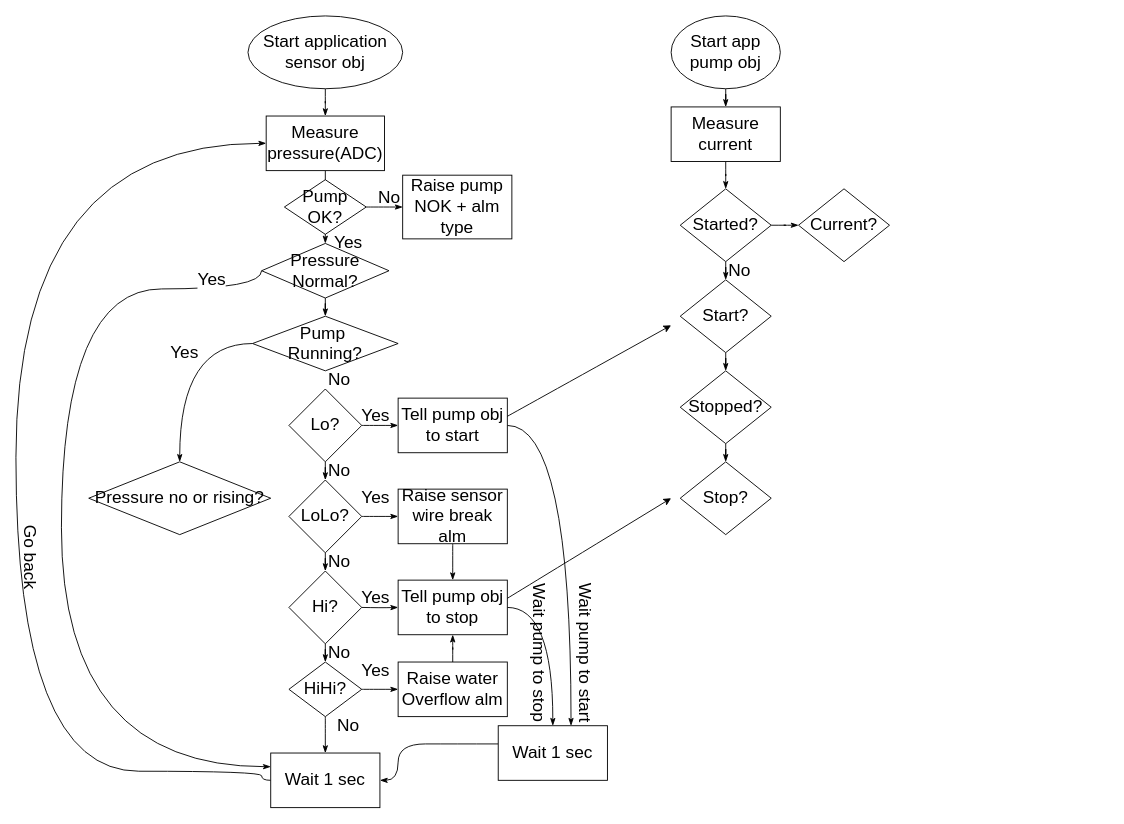
Before: page "Algo" (2 of 2) of PumpDriver.drawio in megavad/Diagrams, a draw.io diagram. Source tidied: cells renumbered, new cells numbered last; positions are measured from the earlier drawing's top-left corner, leaving out a move shared by most shapes. Both pictures are drawn from the tidied source at 91%, with x=0, y=0 at pixel (-12, 15).
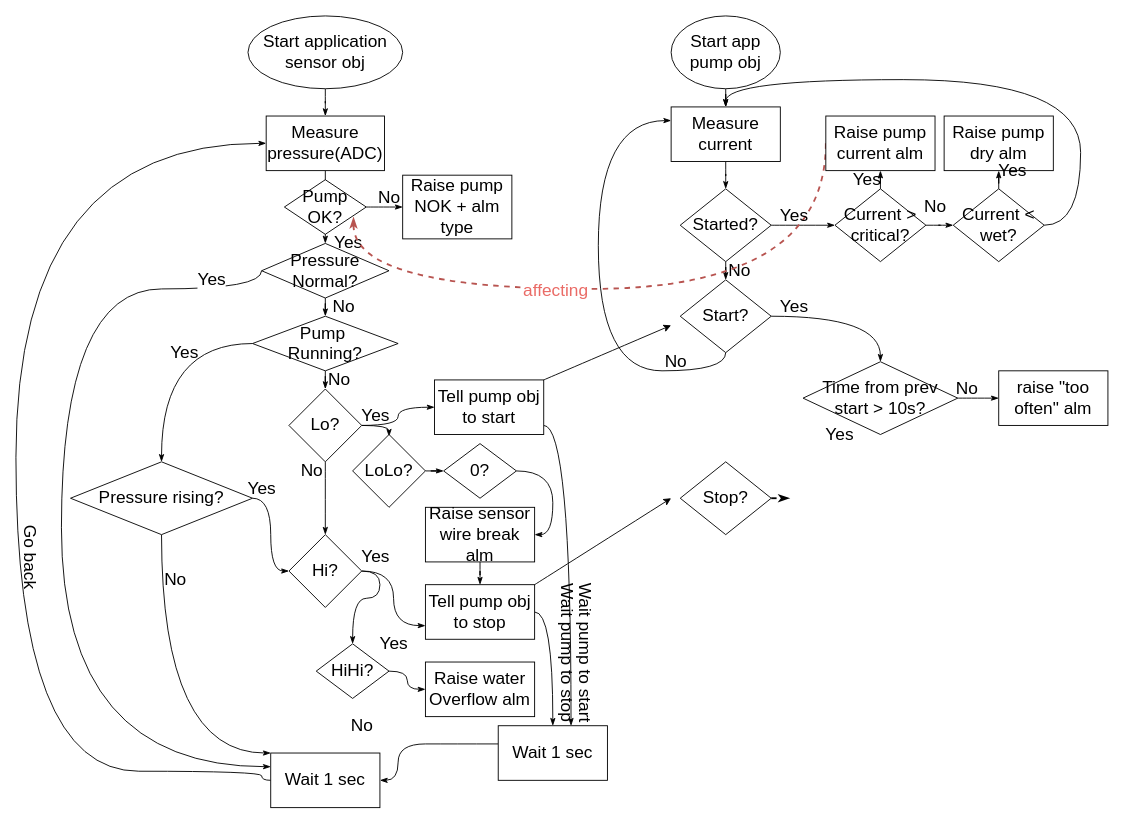
The same page after the edit.

Unchanged cells that the change refers to:
```xml
<mxCell id="8" value="Lo?" style="rhombus;whiteSpace=wrap;html=1;fontSize=19;strokeWidth=1;" parent="1" vertex="1">
  <mxGeometry x="330" y="410" width="80" height="80" as="geometry" />
</mxCell>
<mxCell id="22" value="Wait 1 sec" style="rounded=0;whiteSpace=wrap;html=1;fontSize=19;strokeWidth=1;" parent="1" vertex="1">
  <mxGeometry x="310" y="810" width="120" height="60" as="geometry" />
</mxCell>
<mxCell id="30" value="Yes" style="text;html=1;align=center;verticalAlign=middle;points=[];strokeColor=none;fillColor=none;fontSize=19;" parent="1" vertex="1">
  <mxGeometry x="400" y="420" width="50" height="40" as="geometry" />
</mxCell>
<mxCell id="40" value="Measure current" style="whiteSpace=wrap;html=1;fontSize=19;strokeWidth=1;" parent="1" vertex="1">
  <mxGeometry x="750" y="100" width="120" height="60" as="geometry" />
</mxCell>
<mxCell id="55" value="Start?" style="rhombus;whiteSpace=wrap;html=1;fontSize=19;strokeWidth=1;" parent="1" vertex="1">
  <mxGeometry x="760" y="290" width="100" height="80" as="geometry" />
</mxCell>
<mxCell id="58" value="Stop?" style="rhombus;whiteSpace=wrap;html=1;fontSize=19;strokeWidth=1;" parent="1" vertex="1">
  <mxGeometry x="760" y="490" width="100" height="80" as="geometry" />
</mxCell>
<mxCell id="62" value="Pump OK?" style="rhombus;whiteSpace=wrap;html=1;fontSize=19;strokeWidth=1;" parent="1" vertex="1">
  <mxGeometry x="325" y="180" width="90" height="60" as="geometry" />
</mxCell>
<mxCell id="69" value="Pump&amp;nbsp;&lt;br&gt;Running?" style="rhombus;whiteSpace=wrap;html=1;fontSize=19;strokeWidth=1;" parent="1" vertex="1">
  <mxGeometry x="290" y="330" width="160" height="60" as="geometry" />
</mxCell>
```

What changed in the source:
```diff
@@
-    <mxCell id="6" style="edgeStyle=orthogonalEdgeStyle;curved=1;jettySize=auto;html=1;fontSize=19;endArrow=classicThin;endFill=1;strokeColor=default;strokeWidth=1;" parent="1" edge="1" source="8" target="11">
-      <mxGeometry relative="1" as="geometry" />
-    </mxCell>
-    <mxCell id="7" style="edgeStyle=orthogonalEdgeStyle;curved=1;jettySize=auto;html=1;fontSize=19;endArrow=classicThin;endFill=1;strokeColor=default;strokeWidth=1;" parent="1" edge="1" source="8" target="24">
+    <mxCell id="7" style="edgeStyle=orthogonalEdgeStyle;curved=1;jettySize=auto;html=1;fontSize=19;endArrow=classicThin;endFill=1;strokeColor=default;strokeWidth=1;entryX=0.8;entryY=1.056;entryDx=0;entryDy=0;entryPerimeter=0;exitX=1;exitY=0.5;exitDx=0;exitDy=0;" parent="1" edge="1" source="8" target="30">
       <mxGeometry relative="1" as="geometry" />
     </mxCell>
+    <mxCell id="70" style="edgeStyle=orthogonalEdgeStyle;curved=1;jettySize=auto;html=1;exitX=0.5;exitY=1;exitDx=0;exitDy=0;fontSize=19;endArrow=classicThin;endFill=1;strokeColor=default;strokeWidth=1;" parent="1" edge="1" source="8" target="13">
+      <mxGeometry relative="1" as="geometry" />
+    </mxCell>
+    <mxCell id="71" style="edgeStyle=orthogonalEdgeStyle;curved=1;jettySize=auto;html=1;entryX=0;entryY=0.5;entryDx=0;entryDy=0;fontSize=19;endArrow=classicThin;endFill=1;strokeColor=default;strokeWidth=1;" parent="1" edge="1" source="8" target="24">
+      <mxGeometry relative="1" as="geometry" />
+    </mxCell>
@@
-    <mxCell id="9" style="edgeStyle=orthogonalEdgeStyle;curved=1;jettySize=auto;html=1;fontSize=19;endArrow=classicThin;endFill=1;strokeColor=default;strokeWidth=1;" parent="1" edge="1" source="11" target="13">
-      <mxGeometry relative="1" as="geometry" />
-    </mxCell>
-    <mxCell id="10" style="edgeStyle=orthogonalEdgeStyle;curved=1;jettySize=auto;html=1;fontSize=19;endArrow=classicThin;endFill=1;strokeColor=default;strokeWidth=1;" parent="1" edge="1" source="11" target="45">
-      <mxGeometry relative="1" as="geometry" />
-    </mxCell>
+    <mxCell id="72" style="edgeStyle=orthogonalEdgeStyle;curved=1;jettySize=auto;html=1;fontSize=19;endArrow=classicThin;endFill=1;strokeColor=default;strokeWidth=1;" parent="1" edge="1" source="11" target="85">
+      <mxGeometry relative="1" as="geometry" />
+    </mxCell>
     <mxCell id="11" value="LoLo?" style="rhombus;whiteSpace=wrap;html=1;fontSize=19;strokeWidth=1;" parent="1" vertex="1">
-      <mxGeometry x="330" y="510" width="80" height="80" as="geometry" />
+      <mxGeometry x="400" y="460" width="80" height="80" as="geometry" />
     </mxCell>
+    <mxCell id="73" style="edgeStyle=orthogonalEdgeStyle;curved=1;jettySize=auto;html=1;entryX=0;entryY=0.75;entryDx=0;entryDy=0;fontSize=19;endArrow=classicThin;endFill=1;strokeColor=default;strokeWidth=1;" parent="1" edge="1" source="13" target="33">
+      <mxGeometry relative="1" as="geometry" />
+    </mxCell>
-    <mxCell id="12" style="edgeStyle=orthogonalEdgeStyle;curved=1;jettySize=auto;html=1;fontSize=19;endArrow=classicThin;endFill=1;strokeColor=default;strokeWidth=1;" parent="1" edge="1" source="13" target="16">
-      <mxGeometry relative="1" as="geometry" />
+    <mxCell id="12" style="edgeStyle=orthogonalEdgeStyle;curved=1;jettySize=auto;html=1;entryX=0.5;entryY=0;entryDx=0;entryDy=0;fontSize=19;endArrow=classicThin;endFill=1;strokeColor=default;strokeWidth=1;exitX=1;exitY=0.5;exitDx=0;exitDy=0;" parent="1" edge="1" source="13" target="16">
+      <mxGeometry relative="1" as="geometry">
+        <Array as="points">
+          <mxPoint x="430" y="610" />
+          <mxPoint x="430" y="640" />
+          <mxPoint x="400" y="640" />
+        </Array>
+      </mxGeometry>
     </mxCell>
     <mxCell id="13" value="Hi?" style="rhombus;whiteSpace=wrap;html=1;fontSize=19;strokeWidth=1;" parent="1" vertex="1">
-      <mxGeometry x="330" y="610" width="80" height="80" as="geometry" />
+      <mxGeometry x="330" y="570" width="80" height="80" as="geometry" />
     </mxCell>
-    <mxCell id="14" style="edgeStyle=orthogonalEdgeStyle;curved=1;jettySize=auto;html=1;fontSize=19;endArrow=classicThin;endFill=1;strokeColor=default;strokeWidth=1;" parent="1" edge="1" source="16" target="22">
-      <mxGeometry relative="1" as="geometry" />
-    </mxCell>
@@
     <mxCell id="16" value="HiHi?" style="rhombus;whiteSpace=wrap;html=1;fontSize=19;strokeWidth=1;" parent="1" vertex="1">
-      <mxGeometry x="330" y="710" width="80" height="60" as="geometry" />
+      <mxGeometry x="360" y="690" width="80" height="60" as="geometry" />
     </mxCell>
     <mxCell id="17" value="No" style="text;html=1;align=center;verticalAlign=middle;strokeColor=none;fillColor=none;fontSize=19;" parent="1" vertex="1">
-      <mxGeometry x="360" y="480" width="50" height="40" as="geometry" />
+      <mxGeometry x="330" y="480" width="50" height="40" as="geometry" />
     </mxCell>
-    <mxCell id="18" value="No" style="text;html=1;align=center;verticalAlign=middle;strokeColor=none;fillColor=none;fontSize=19;" parent="1" vertex="1">
-      <mxGeometry x="360" y="580" width="50" height="40" as="geometry" />
-    </mxCell>
-    <mxCell id="19" value="No" style="text;html=1;align=center;verticalAlign=middle;strokeColor=none;fillColor=none;fontSize=19;" parent="1" vertex="1">
-      <mxGeometry x="360" y="680" width="50" height="40" as="geometry" />
-    </mxCell>
     <mxCell id="20" value="No" style="text;html=1;align=center;verticalAlign=middle;strokeColor=none;fillColor=none;fontSize=19;" parent="1" vertex="1">
-      <mxGeometry x="370" y="760" width="50" height="40" as="geometry" />
+      <mxGeometry x="385" y="760" width="50" height="40" as="geometry" />
     </mxCell>
@@
     <mxCell id="24" value="Tell pump obj&lt;br&gt;to start" style="whiteSpace=wrap;html=1;fontSize=19;strokeWidth=1;" parent="1" vertex="1">
-      <mxGeometry x="450" y="420" width="120" height="60" as="geometry" />
+      <mxGeometry x="490" y="400" width="120" height="60" as="geometry" />
     </mxCell>
@@
-    <mxCell id="31" style="edgeStyle=orthogonalEdgeStyle;curved=1;jettySize=auto;html=1;fontSize=19;endArrow=classicThin;endFill=1;strokeColor=default;strokeWidth=1;" parent="1" edge="1" target="33">
-      <mxGeometry relative="1" as="geometry">
-        <mxPoint x="410" y="650" as="sourcePoint" />
-      </mxGeometry>
-    </mxCell>
@@
     <mxCell id="33" value="Tell pump obj&lt;br&gt;to stop" style="whiteSpace=wrap;html=1;fontSize=19;strokeWidth=1;" parent="1" vertex="1">
-      <mxGeometry x="450" y="620" width="120" height="60" as="geometry" />
+      <mxGeometry x="480" y="625" width="120" height="60" as="geometry" />
     </mxCell>
     <mxCell id="34" value="Yes" style="text;html=1;align=center;verticalAlign=middle;strokeColor=none;fillColor=none;fontSize=19;" parent="1" vertex="1">
-      <mxGeometry x="400" y="620" width="50" height="40" as="geometry" />
+      <mxGeometry x="400" y="575" width="50" height="40" as="geometry" />
     </mxCell>
@@
     <mxCell id="45" value="Raise sensor wire break alm" style="whiteSpace=wrap;html=1;fontSize=19;strokeWidth=1;" parent="1" vertex="1">
-      <mxGeometry x="450" y="520" width="120" height="60" as="geometry" />
+      <mxGeometry x="480" y="540" width="120" height="60" as="geometry" />
     </mxCell>
-    <mxCell id="46" style="edgeStyle=orthogonalEdgeStyle;curved=1;jettySize=auto;html=1;fontSize=19;endArrow=classicThin;endFill=1;strokeColor=default;strokeWidth=1;" parent="1" edge="1" source="47" target="33">
-      <mxGeometry relative="1" as="geometry" />
-    </mxCell>
     <mxCell id="47" value="Raise water Overflow alm" style="whiteSpace=wrap;html=1;fontSize=19;strokeWidth=1;" parent="1" vertex="1">
-      <mxGeometry x="450" y="710" width="120" height="60" as="geometry" />
+      <mxGeometry x="480" y="710" width="120" height="60" as="geometry" />
     </mxCell>
-    <mxCell id="48" value="Yes" style="text;html=1;align=center;verticalAlign=middle;strokeColor=none;fillColor=none;fontSize=19;" parent="1" vertex="1">
-      <mxGeometry x="400" y="700" width="50" height="40" as="geometry" />
-    </mxCell>
-    <mxCell id="49" value="Yes" style="text;html=1;align=center;verticalAlign=middle;strokeColor=none;fillColor=none;fontSize=19;" parent="1" vertex="1">
-      <mxGeometry x="400" y="510" width="50" height="40" as="geometry" />
-    </mxCell>
@@
     <mxCell id="51" value="Wait pump to stop" style="text;html=1;strokeColor=none;fillColor=none;align=center;verticalAlign=middle;whiteSpace=wrap;rounded=0;fontSize=19;rotation=90;" parent="1" vertex="1">
-      <mxGeometry x="520" y="685" width="170" height="30" as="geometry" />
+      <mxGeometry x="550" y="685" width="170" height="30" as="geometry" />
     </mxCell>
-    <mxCell id="52" style="endArrow=classic;html=1;fontSize=19;strokeColor=default;strokeWidth=1;curved=1;" parent="1" edge="1">
+    <mxCell id="52" style="endArrow=classic;html=1;fontSize=19;strokeColor=default;strokeWidth=1;curved=1;exitX=1;exitY=0;exitDx=0;exitDy=0;" parent="1" edge="1" source="24">
       <mxGeometry relative="1" as="geometry">
-        <mxPoint x="570" y="440" as="sourcePoint" />
         <mxPoint x="750" y="340" as="targetPoint" />
       </mxGeometry>
     </mxCell>
-    <mxCell id="53" style="endArrow=classic;html=1;fontSize=19;strokeColor=default;strokeWidth=1;curved=1;" parent="1" edge="1">
+    <mxCell id="53" style="endArrow=classic;html=1;fontSize=19;strokeColor=default;strokeWidth=1;curved=1;exitX=1;exitY=0;exitDx=0;exitDy=0;" parent="1" edge="1" source="33">
       <mxGeometry relative="1" as="geometry">
-        <mxPoint x="570" y="640" as="sourcePoint" />
         <mxPoint x="750" y="530" as="targetPoint" />
       </mxGeometry>
     </mxCell>
-    <mxCell id="54" style="edgeStyle=orthogonalEdgeStyle;curved=1;jettySize=auto;html=1;fontSize=19;endArrow=classicThin;endFill=1;strokeColor=default;strokeWidth=1;" parent="1" edge="1" source="55" target="57">
-      <mxGeometry relative="1" as="geometry" />
-    </mxCell>
+    <mxCell id="74" style="edgeStyle=orthogonalEdgeStyle;curved=1;jettySize=auto;html=1;fontSize=19;fontColor=#EA6B66;endArrow=classicThin;endFill=1;strokeColor=default;strokeWidth=1;" parent="1" edge="1" source="55" target="93">
+      <mxGeometry relative="1" as="geometry" />
+    </mxCell>
+    <mxCell id="75" style="edgeStyle=orthogonalEdgeStyle;curved=1;jettySize=auto;html=1;exitX=0.5;exitY=1;exitDx=0;exitDy=0;entryX=0;entryY=0.25;entryDx=0;entryDy=0;fontSize=19;fontColor=#EA6B66;endArrow=classicThin;endFill=1;strokeColor=default;strokeWidth=1;" parent="1" edge="1" source="55" target="40">
+      <mxGeometry relative="1" as="geometry">
+        <Array as="points">
+          <mxPoint x="810" y="390" />
+          <mxPoint x="670" y="390" />
+          <mxPoint x="670" y="115" />
+        </Array>
+      </mxGeometry>
+    </mxCell>
@@
-    <mxCell id="56" style="edgeStyle=orthogonalEdgeStyle;curved=1;jettySize=auto;html=1;fontSize=19;endArrow=classicThin;endFill=1;strokeColor=default;strokeWidth=1;" parent="1" edge="1" source="57" target="58">
-      <mxGeometry relative="1" as="geometry" />
-    </mxCell>
-    <mxCell id="57" value="Stopped?" style="rhombus;whiteSpace=wrap;html=1;fontSize=19;strokeWidth=1;" parent="1" vertex="1">
-      <mxGeometry x="760" y="390" width="100" height="80" as="geometry" />
-    </mxCell>
+    <mxCell id="76" style="edgeStyle=orthogonalEdgeStyle;curved=1;jettySize=auto;html=1;dashed=1;fontSize=19;fontColor=#EA6B66;endArrow=classicThin;endFill=1;strokeColor=default;strokeWidth=2;" parent="1" edge="1" source="58">
+      <mxGeometry relative="1" as="geometry">
+        <mxPoint x="880.1" y="530" as="targetPoint" />
+      </mxGeometry>
+    </mxCell>
@@
+    <mxCell id="77" style="edgeStyle=orthogonalEdgeStyle;curved=1;jettySize=auto;html=1;fontSize=19;endArrow=classicThin;endFill=1;strokeColor=default;strokeWidth=1;" parent="1" edge="1" source="59" target="90">
+      <mxGeometry relative="1" as="geometry" />
+    </mxCell>
+    <mxCell id="78" style="edgeStyle=orthogonalEdgeStyle;curved=1;jettySize=auto;html=1;fontSize=19;fontColor=#EA6B66;endArrow=classicThin;endFill=1;strokeColor=default;strokeWidth=1;" parent="1" edge="1" source="59" target="100">
+      <mxGeometry relative="1" as="geometry" />
+    </mxCell>
-    <mxCell id="59" value="Current?" style="rhombus;whiteSpace=wrap;html=1;fontSize=19;strokeWidth=1;" parent="1" vertex="1">
-      <mxGeometry x="890" y="190" width="100" height="80" as="geometry" />
+    <mxCell id="59" value="Current &amp;gt; critical?" style="rhombus;whiteSpace=wrap;html=1;fontSize=19;strokeWidth=1;" parent="1" vertex="1">
+      <mxGeometry x="930" y="190" width="100" height="80" as="geometry" />
     </mxCell>
@@
-    <mxCell id="63" style="edgeStyle=orthogonalEdgeStyle;curved=1;jettySize=auto;html=1;fontSize=19;endArrow=classicThin;endFill=1;strokeColor=default;strokeWidth=1;exitX=0;exitY=0.5;exitDx=0;exitDy=0;" parent="1" edge="1" source="69" target="67">
+    <mxCell id="63" style="edgeStyle=orthogonalEdgeStyle;curved=1;jettySize=auto;html=1;fontSize=19;endArrow=classicThin;endFill=1;strokeColor=default;strokeWidth=1;exitX=0;exitY=0.5;exitDx=0;exitDy=0;entryX=0.5;entryY=0;entryDx=0;entryDy=0;" parent="1" edge="1" source="69" target="67">
       <mxGeometry relative="1" as="geometry">
         <Array as="points">
-          <mxPoint x="210" y="360" />
+          <mxPoint x="190" y="360" />
         </Array>
       </mxGeometry>
     </mxCell>
@@
+    <mxCell id="79" style="edgeStyle=orthogonalEdgeStyle;curved=1;jettySize=auto;html=1;entryX=0;entryY=0.5;entryDx=0;entryDy=0;fontSize=19;endArrow=classicThin;endFill=1;strokeColor=default;strokeWidth=1;" parent="1" edge="1" source="67" target="13">
+      <mxGeometry relative="1" as="geometry" />
+    </mxCell>
+    <mxCell id="80" style="edgeStyle=orthogonalEdgeStyle;curved=1;jettySize=auto;html=1;entryX=0;entryY=0;entryDx=0;entryDy=0;fontSize=19;endArrow=classicThin;endFill=1;strokeColor=default;strokeWidth=1;" parent="1" edge="1" source="67" target="22">
+      <mxGeometry relative="1" as="geometry">
+        <Array as="points">
+          <mxPoint x="190" y="810" />
+        </Array>
+      </mxGeometry>
+    </mxCell>
-    <mxCell id="67" value="Pressure no or rising?" style="rhombus;whiteSpace=wrap;html=1;fontSize=19;strokeWidth=1;" parent="1" vertex="1">
-      <mxGeometry x="110" y="490" width="200" height="80" as="geometry" />
+    <mxCell id="67" value="Pressure rising?" style="rhombus;whiteSpace=wrap;html=1;fontSize=19;strokeWidth=1;" parent="1" vertex="1">
+      <mxGeometry x="90" y="490" width="200" height="80" as="geometry" />
     </mxCell>
@@
+    <mxCell id="81" style="edgeStyle=orthogonalEdgeStyle;curved=1;jettySize=auto;html=1;exitX=0.5;exitY=1;exitDx=0;exitDy=0;fontSize=19;endArrow=classicThin;endFill=1;strokeColor=default;strokeWidth=1;" parent="1" edge="1" source="69" target="8">
+      <mxGeometry relative="1" as="geometry" />
+    </mxCell>
@@
+    <mxCell id="82" value="Yes" style="text;html=1;align=center;verticalAlign=middle;strokeColor=none;fillColor=none;fontSize=19;" parent="1" vertex="1">
+      <mxGeometry x="275" y="500" width="50" height="40" as="geometry" />
+    </mxCell>
+    <mxCell id="83" value="No" style="text;html=1;align=center;verticalAlign=middle;strokeColor=none;fillColor=none;fontSize=19;" parent="1" vertex="1">
+      <mxGeometry x="180" y="600" width="50" height="40" as="geometry" />
+    </mxCell>
+    <mxCell id="84" style="edgeStyle=orthogonalEdgeStyle;curved=1;jettySize=auto;html=1;entryX=1;entryY=0.5;entryDx=0;entryDy=0;fontSize=19;endArrow=classicThin;endFill=1;strokeColor=default;strokeWidth=1;exitX=1;exitY=0.5;exitDx=0;exitDy=0;" parent="1" edge="1" source="85" target="45">
+      <mxGeometry relative="1" as="geometry" />
+    </mxCell>
+    <mxCell id="85" value="0?" style="rhombus;whiteSpace=wrap;html=1;fontSize=19;strokeWidth=1;" parent="1" vertex="1">
+      <mxGeometry x="500" y="470" width="80" height="60" as="geometry" />
+    </mxCell>
+    <mxCell id="86" value="Yes" style="text;html=1;align=center;verticalAlign=middle;strokeColor=none;fillColor=none;fontSize=19;" parent="1" vertex="1">
+      <mxGeometry x="420" y="670" width="50" height="40" as="geometry" />
+    </mxCell>
+    <mxCell id="87" value="No" style="text;html=1;align=center;verticalAlign=middle;strokeColor=none;fillColor=none;fontSize=19;" parent="1" vertex="1">
+      <mxGeometry x="365" y="300" width="50" height="40" as="geometry" />
+    </mxCell>
+    <mxCell id="88" style="edgeStyle=orthogonalEdgeStyle;curved=1;jettySize=auto;html=1;exitX=0;exitY=0.5;exitDx=0;exitDy=0;entryX=0.844;entryY=0.688;entryDx=0;entryDy=0;entryPerimeter=0;fontSize=19;endArrow=classicThin;endFill=1;strokeColor=#b85450;strokeWidth=2;dashed=1;fillColor=#f8cecc;" parent="1" edge="1" source="90" target="62">
+      <mxGeometry relative="1" as="geometry">
+        <Array as="points">
+          <mxPoint x="920" y="300" />
+          <mxPoint x="401" y="300" />
+        </Array>
+      </mxGeometry>
+    </mxCell>
+    <mxCell id="89" value="affecting" style="edgeLabel;html=1;align=center;verticalAlign=middle;fontSize=19;fontColor=#EA6B66;" parent="88" vertex="1">
+      <mxGeometry x="0.21" y="1" relative="1" as="geometry" />
+    </mxCell>
+    <mxCell id="90" value="Raise pump current alm" style="whiteSpace=wrap;html=1;fontSize=19;strokeWidth=1;" parent="1" vertex="1">
+      <mxGeometry x="920" y="110" width="120" height="60" as="geometry" />
+    </mxCell>
+    <mxCell id="91" value="Yes" style="text;html=1;align=center;verticalAlign=middle;strokeColor=none;fillColor=none;fontSize=19;" parent="1" vertex="1">
+      <mxGeometry x="940" y="160" width="50" height="40" as="geometry" />
+    </mxCell>
+    <mxCell id="92" style="edgeStyle=orthogonalEdgeStyle;curved=1;jettySize=auto;html=1;fontSize=19;fontColor=#EA6B66;endArrow=classicThin;endFill=1;strokeColor=default;strokeWidth=1;" parent="1" edge="1" source="93" target="95">
+      <mxGeometry relative="1" as="geometry" />
+    </mxCell>
+    <mxCell id="93" value="Time from prev start &amp;gt; 10s?" style="rhombus;whiteSpace=wrap;html=1;fontSize=19;strokeWidth=1;" parent="1" vertex="1">
+      <mxGeometry x="895" y="380" width="170" height="80" as="geometry" />
+    </mxCell>
+    <mxCell id="94" value="Yes" style="text;html=1;align=center;verticalAlign=middle;strokeColor=none;fillColor=none;fontSize=19;" parent="1" vertex="1">
+      <mxGeometry x="860" y="300" width="50" height="40" as="geometry" />
+    </mxCell>
+    <mxCell id="95" value="raise &quot;too often&quot; alm" style="whiteSpace=wrap;html=1;fontSize=19;strokeWidth=1;" parent="1" vertex="1">
+      <mxGeometry x="1110" y="390" width="120" height="60" as="geometry" />
+    </mxCell>
+    <mxCell id="96" value="Yes" style="text;html=1;align=center;verticalAlign=middle;strokeColor=none;fillColor=none;fontSize=19;" parent="1" vertex="1">
+      <mxGeometry x="910" y="440" width="50" height="40" as="geometry" />
+    </mxCell>
+    <mxCell id="97" value="No" style="text;html=1;align=center;verticalAlign=middle;strokeColor=none;fillColor=none;fontSize=19;" parent="1" vertex="1">
+      <mxGeometry x="1050" y="390" width="50" height="40" as="geometry" />
+    </mxCell>
+    <mxCell id="98" style="edgeStyle=orthogonalEdgeStyle;curved=1;jettySize=auto;html=1;fontSize=19;fontColor=#EA6B66;endArrow=classicThin;endFill=1;strokeColor=default;strokeWidth=1;" parent="1" edge="1" source="100" target="101">
+      <mxGeometry relative="1" as="geometry" />
+    </mxCell>
+    <mxCell id="99" style="edgeStyle=orthogonalEdgeStyle;curved=1;jettySize=auto;html=1;exitX=1;exitY=0.5;exitDx=0;exitDy=0;entryX=0.5;entryY=0;entryDx=0;entryDy=0;fontSize=19;fontColor=#EA6B66;endArrow=classicThin;endFill=1;strokeColor=default;strokeWidth=1;" parent="1" edge="1" source="100" target="40">
+      <mxGeometry relative="1" as="geometry">
+        <Array as="points">
+          <mxPoint x="1200" y="230" />
+          <mxPoint x="1200" y="70" />
+          <mxPoint x="810" y="70" />
+        </Array>
+      </mxGeometry>
+    </mxCell>
+    <mxCell id="100" value="Current &amp;lt; wet?" style="rhombus;whiteSpace=wrap;html=1;fontSize=19;strokeWidth=1;" parent="1" vertex="1">
+      <mxGeometry x="1060" y="190" width="100" height="80" as="geometry" />
+    </mxCell>
+    <mxCell id="101" value="Raise pump dry alm" style="whiteSpace=wrap;html=1;fontSize=19;strokeWidth=1;" parent="1" vertex="1">
+      <mxGeometry x="1050" y="110" width="120" height="60" as="geometry" />
+    </mxCell>
+    <mxCell id="102" value="Yes" style="text;html=1;align=center;verticalAlign=middle;strokeColor=none;fillColor=none;fontSize=19;" parent="1" vertex="1">
+      <mxGeometry x="860" y="200" width="50" height="40" as="geometry" />
+    </mxCell>
+    <mxCell id="103" value="No" style="text;html=1;align=center;verticalAlign=middle;strokeColor=none;fillColor=none;fontSize=19;" parent="1" vertex="1">
+      <mxGeometry x="1015" y="190" width="50" height="40" as="geometry" />
+    </mxCell>
+    <mxCell id="104" value="No" style="text;html=1;align=center;verticalAlign=middle;strokeColor=none;fillColor=none;fontSize=19;" parent="1" vertex="1">
+      <mxGeometry x="730" y="360" width="50" height="40" as="geometry" />
+    </mxCell>
+    <mxCell id="105" value="Yes" style="text;html=1;align=center;verticalAlign=middle;strokeColor=none;fillColor=none;fontSize=19;" parent="1" vertex="1">
+      <mxGeometry x="1100" y="150" width="50" height="40" as="geometry" />
+    </mxCell>
```
